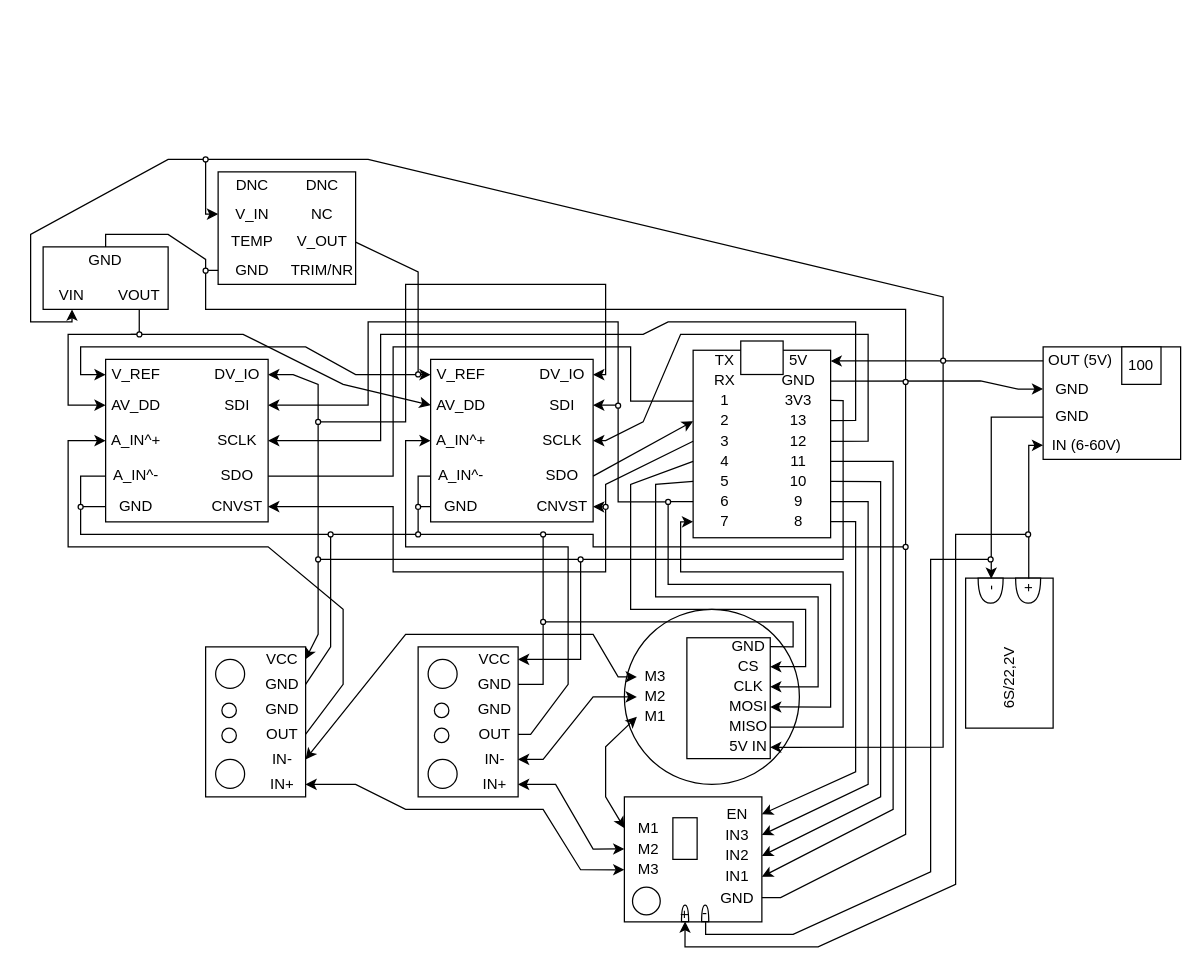
This is Gimbal design/Gimbal design - 7.1/FOC_control/FOC electronics.drawio from Dierumox/Two-axis-thrust-vectoring-Y6-drone, a draw.io file, before an edit. Source tidied: cells renumbered, new cells numbered last; positions are measured from the earlier drawing's top-left corner, leaving out a move shared by most shapes. Both pictures are drawn from the tidied source at 125%, with x=0, y=0 at pixel (30, 156).
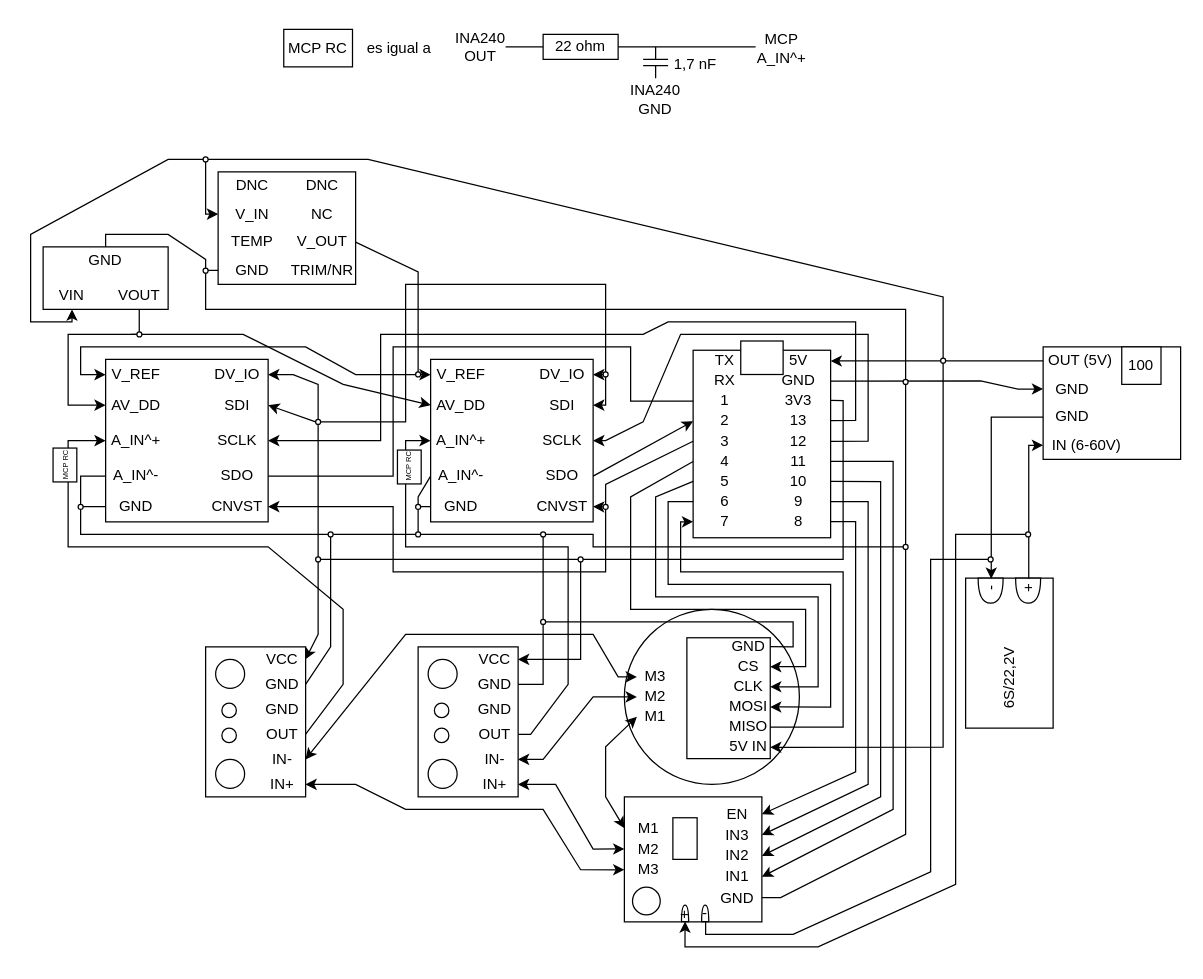
Above is the later version.

Commit message:
RC filters for the MCP33131 A_IN^+

Unchanged cells that the change refers to:
```xml
<mxCell id="8" value="SDI" style="text;html=1;whiteSpace=wrap;strokeColor=none;fillColor=none;align=center;verticalAlign=middle;rounded=0;" parent="2" vertex="1">
  <mxGeometry x="81.2" y="24.4" width="48.8" height="24.4" as="geometry" />
</mxCell>
<mxCell id="21" value="SDI" style="text;html=1;whiteSpace=wrap;strokeColor=none;fillColor=none;align=center;verticalAlign=middle;rounded=0;" parent="15" vertex="1">
  <mxGeometry x="81.2" y="24.4" width="48.8" height="24.4" as="geometry" />
</mxCell>
<mxCell id="25" value="A_IN^-" style="text;html=1;whiteSpace=wrap;strokeColor=none;fillColor=none;align=center;verticalAlign=middle;rounded=0;" parent="15" vertex="1">
  <mxGeometry y="81.2" width="48.8" height="24.4" as="geometry" />
</mxCell>
<mxCell id="57" value="CS" style="text;html=1;whiteSpace=wrap;strokeColor=none;fillColor=none;align=center;verticalAlign=middle;rounded=0;" parent="55" vertex="1">
  <mxGeometry y="16.1" width="33.3" height="16.1" as="geometry" />
</mxCell>
<mxCell id="58" value="CLK" style="text;html=1;whiteSpace=wrap;strokeColor=none;fillColor=none;align=center;verticalAlign=middle;rounded=0;" parent="55" vertex="1">
  <mxGeometry y="32.2" width="33.3" height="16.1" as="geometry" />
</mxCell>
<mxCell id="76" value="4" style="text;html=1;whiteSpace=wrap;strokeColor=none;fillColor=none;align=center;verticalAlign=middle;rounded=0;" parent="65" vertex="1">
  <mxGeometry y="83.6" width="50.8" height="16.1" as="geometry" />
</mxCell>
<mxCell id="77" value="5" style="text;html=1;whiteSpace=wrap;strokeColor=none;fillColor=none;align=center;verticalAlign=middle;rounded=0;" parent="65" vertex="1">
  <mxGeometry y="99.6" width="50.8" height="16.1" as="geometry" />
</mxCell>
<mxCell id="186" style="ellipse;whiteSpace=wrap;html=1;" parent="1" vertex="1">
  <mxGeometry x="228" y="210" width="4" height="4" as="geometry" />
</mxCell>
```

Change to the diagram source:
```diff
@@
     <mxCell id="139" style="endArrow=none;html=1;rounded=0;entryX=0;entryY=0.5;entryDx=0;entryDy=0;" parent="1" edge="1" target="25">
       <mxGeometry relative="1" as="geometry">
         <mxPoint x="310" y="282" as="sourcePoint" />
         <Array as="points">
-          <mxPoint x="310" y="255.4" />
+          <mxPoint x="310" y="272" />
         </Array>
       </mxGeometry>
     </mxCell>
@@
     <mxCell id="147" style="endArrow=classic;html=1;rounded=0;exitX=0;exitY=0.5;exitDx=0;exitDy=0;entryX=1;entryY=0.5;entryDx=0;entryDy=0;" parent="1" edge="1" source="77" target="58">
       <mxGeometry relative="1" as="geometry">
         <Array as="points">
-          <mxPoint x="500" y="262" />
+          <mxPoint x="500" y="272" />
           <mxPoint x="500" y="352" />
           <mxPoint x="630" y="352" />
           <mxPoint x="630" y="424" />
         </Array>
       </mxGeometry>
     </mxCell>
     <mxCell id="148" style="endArrow=classic;html=1;rounded=0;exitX=0;exitY=0.5;exitDx=0;exitDy=0;entryX=1;entryY=0.5;entryDx=0;entryDy=0;" parent="1" edge="1" source="76" target="57">
       <mxGeometry relative="1" as="geometry">
         <Array as="points">
-          <mxPoint x="480" y="262" />
+          <mxPoint x="480" y="272" />
           <mxPoint x="480" y="362" />
           <mxPoint x="620" y="362" />
           <mxPoint x="620" y="407.8" />
         </Array>
       </mxGeometry>
     </mxCell>
@@
-    <mxCell id="159" style="ellipse;whiteSpace=wrap;html=1;" parent="1" vertex="1">
-      <mxGeometry x="508" y="274" width="4" height="4" as="geometry" />
-    </mxCell>
@@
-    <mxCell id="173" style="endArrow=classic;html=1;rounded=0;entryX=1;entryY=0.5;entryDx=0;entryDy=0;exitX=0;exitY=0.5;exitDx=0;exitDy=0;" parent="1" edge="1" source="159" target="21">
-      <mxGeometry relative="1" as="geometry">
-        <Array as="points">
-          <mxPoint x="470" y="276" />
-          <mxPoint x="470" y="198.6" />
-        </Array>
-      </mxGeometry>
-    </mxCell>
-    <mxCell id="174" style="endArrow=classic;html=1;rounded=0;entryX=1;entryY=0.5;entryDx=0;entryDy=0;" parent="1" edge="1" target="8">
-      <mxGeometry relative="1" as="geometry">
-        <mxPoint x="470" y="198.6" as="sourcePoint" />
-        <Array as="points">
-          <mxPoint x="470" y="132" />
-          <mxPoint x="270" y="132" />
-          <mxPoint x="270" y="198.6" />
-        </Array>
-      </mxGeometry>
-    </mxCell>
-    <mxCell id="175" style="ellipse;whiteSpace=wrap;html=1;" parent="1" vertex="1">
-      <mxGeometry x="468" y="197" width="4" height="4" as="geometry" />
-    </mxCell>
@@
+    <mxCell id="203" style="endArrow=classic;html=1;rounded=0;entryX=1;entryY=0.5;entryDx=0;entryDy=0;" parent="1" edge="1" target="21">
+      <mxGeometry relative="1" as="geometry">
+        <mxPoint x="460" y="172" as="sourcePoint" />
+        <Array as="points">
+          <mxPoint x="460" y="198.6" />
+        </Array>
+      </mxGeometry>
+    </mxCell>
+    <mxCell id="204" style="ellipse;whiteSpace=wrap;html=1;" parent="1" vertex="1">
+      <mxGeometry x="458" y="172" width="4" height="4" as="geometry" />
+    </mxCell>
+    <mxCell id="205" style="endArrow=classic;html=1;rounded=0;entryX=1;entryY=0.5;entryDx=0;entryDy=0;exitX=0;exitY=0.5;exitDx=0;exitDy=0;" parent="1" edge="1" source="186" target="8">
+      <mxGeometry relative="1" as="geometry" />
+    </mxCell>
+    <mxCell id="206" style="group;" parent="1" vertex="1">
+      <mxGeometry x="202.5" y="-102" width="55" height="30" as="geometry" />
+    </mxCell>
+    <mxCell id="207" style="rounded=0;whiteSpace=wrap;html=1;" parent="206" vertex="1">
+      <mxGeometry width="55" height="30" as="geometry" />
+    </mxCell>
+    <mxCell id="208" value="MCP RC" style="text;html=1;whiteSpace=wrap;strokeColor=none;fillColor=none;align=center;verticalAlign=middle;rounded=0;" parent="206" vertex="1">
+      <mxGeometry x="2.5" y="7.5" width="50" height="15" as="geometry" />
+    </mxCell>
+    <mxCell id="209" value="es igual a" style="text;html=1;whiteSpace=wrap;strokeColor=none;fillColor=none;align=center;verticalAlign=middle;rounded=0;" parent="1" vertex="1">
+      <mxGeometry x="265" y="-102" width="60" height="30" as="geometry" />
+    </mxCell>
+    <mxCell id="210" style="group;" parent="1" vertex="1">
+      <mxGeometry x="410" y="-108" width="60" height="35" as="geometry" />
+    </mxCell>
+    <mxCell id="211" style="rounded=0;whiteSpace=wrap;html=1;" parent="210" vertex="1">
+      <mxGeometry y="10" width="60" height="20" as="geometry" />
+    </mxCell>
+    <mxCell id="212" value="22 ohm" style="text;html=1;whiteSpace=wrap;strokeColor=none;fillColor=none;align=center;verticalAlign=middle;rounded=0;" parent="210" vertex="1">
+      <mxGeometry y="5" width="60" height="30" as="geometry" />
+    </mxCell>
+    <mxCell id="213" style="endArrow=none;html=1;rounded=0;entryX=0;entryY=0.5;entryDx=0;entryDy=0;" parent="1" edge="1" target="212">
+      <mxGeometry relative="1" as="geometry">
+        <mxPoint x="380" y="-88" as="sourcePoint" />
+      </mxGeometry>
+    </mxCell>
+    <mxCell id="214" value="INA240 OUT" style="text;html=1;whiteSpace=wrap;strokeColor=none;fillColor=none;align=center;verticalAlign=middle;rounded=0;" parent="1" vertex="1">
+      <mxGeometry x="330" y="-103" width="60" height="30" as="geometry" />
+    </mxCell>
+    <mxCell id="215" style="endArrow=none;html=1;rounded=0;exitX=1;exitY=0.5;exitDx=0;exitDy=0;" parent="1" edge="1" source="212">
+      <mxGeometry relative="1" as="geometry">
+        <mxPoint x="580" y="-88" as="targetPoint" />
+      </mxGeometry>
+    </mxCell>
+    <mxCell id="216" style="endArrow=none;html=1;rounded=0;" parent="1" edge="1">
+      <mxGeometry relative="1" as="geometry">
+        <mxPoint x="500" y="-78" as="sourcePoint" />
+        <mxPoint x="500" y="-88" as="targetPoint" />
+      </mxGeometry>
+    </mxCell>
+    <mxCell id="217" style="endArrow=none;html=1;rounded=0;" parent="1" edge="1">
+      <mxGeometry relative="1" as="geometry">
+        <mxPoint x="490" y="-78" as="sourcePoint" />
+        <mxPoint x="510" y="-78" as="targetPoint" />
+      </mxGeometry>
+    </mxCell>
+    <mxCell id="218" style="endArrow=none;html=1;rounded=0;" parent="1" edge="1">
+      <mxGeometry relative="1" as="geometry">
+        <mxPoint x="490" y="-73" as="sourcePoint" />
+        <mxPoint x="510" y="-73" as="targetPoint" />
+      </mxGeometry>
+    </mxCell>
+    <mxCell id="219" style="endArrow=none;html=1;rounded=0;" parent="1" edge="1">
+      <mxGeometry relative="1" as="geometry">
+        <mxPoint x="500" y="-63" as="sourcePoint" />
+        <mxPoint x="500" y="-73" as="targetPoint" />
+      </mxGeometry>
+    </mxCell>
+    <mxCell id="220" value="1,7 nF" style="text;html=1;whiteSpace=wrap;strokeColor=none;fillColor=none;align=center;verticalAlign=middle;rounded=0;" parent="1" vertex="1">
+      <mxGeometry x="502" y="-89" width="60" height="30" as="geometry" />
+    </mxCell>
+    <mxCell id="221" value="INA240 GND" style="text;html=1;whiteSpace=wrap;strokeColor=none;fillColor=none;align=center;verticalAlign=middle;rounded=0;" parent="1" vertex="1">
+      <mxGeometry x="470" y="-61" width="60" height="30" as="geometry" />
+    </mxCell>
+    <mxCell id="222" value="MCP A_IN^+" style="text;html=1;whiteSpace=wrap;strokeColor=none;fillColor=none;align=center;verticalAlign=middle;rounded=0;" parent="1" vertex="1">
+      <mxGeometry x="571" y="-102" width="60" height="30" as="geometry" />
+    </mxCell>
+    <mxCell id="223" style="group;rotation=-90;" parent="1" vertex="1">
+      <mxGeometry x="13.9" y="237" width="28.1" height="19" as="geometry" />
+    </mxCell>
+    <mxCell id="224" style="rounded=0;whiteSpace=wrap;html=1;rotation=-90;" parent="223" vertex="1">
+      <mxGeometry width="27.1" height="19" as="geometry" />
+    </mxCell>
+    <mxCell id="225" value="&lt;font style=&quot;font-size: 6px;&quot;&gt;MCP RC&lt;/font&gt;" style="text;html=1;whiteSpace=wrap;strokeColor=none;fillColor=none;align=center;verticalAlign=middle;rounded=0;rotation=-90;" parent="223" vertex="1">
+      <mxGeometry x="-1.9" y="7.1" width="27.1" height="4.8" as="geometry" />
+    </mxCell>
+    <mxCell id="226" style="group;rotation=-90;" parent="1" vertex="1">
+      <mxGeometry x="289.4" y="238.6" width="28.1" height="19" as="geometry" />
+    </mxCell>
+    <mxCell id="227" style="rounded=0;whiteSpace=wrap;html=1;rotation=-90;" parent="226" vertex="1">
+      <mxGeometry width="27.1" height="19" as="geometry" />
+    </mxCell>
+    <mxCell id="228" value="&lt;font style=&quot;font-size: 6px;&quot;&gt;MCP RC&lt;/font&gt;" style="text;html=1;whiteSpace=wrap;strokeColor=none;fillColor=none;align=center;verticalAlign=middle;rounded=0;rotation=-90;" parent="226" vertex="1">
+      <mxGeometry x="-1.9" y="7.1" width="27.1" height="4.8" as="geometry" />
+    </mxCell>
```
